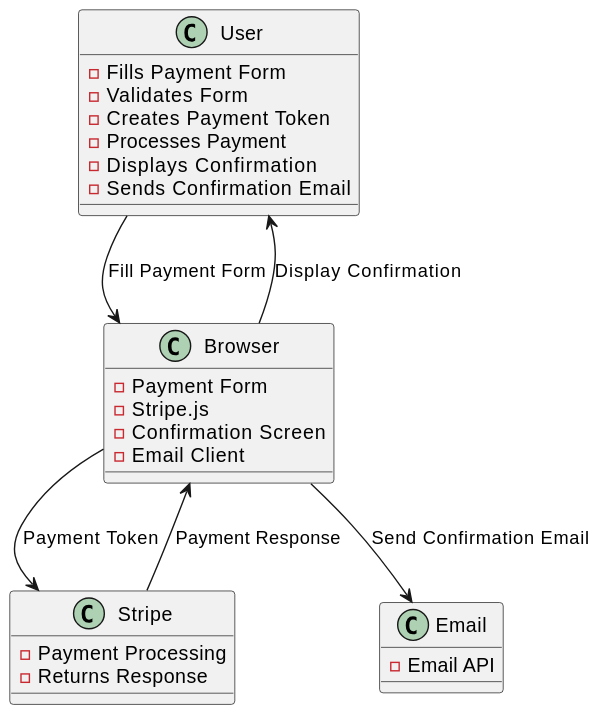
Earlier version of the PlantUML export docs/browser-data-flow.svg (PaulWheatcroft/payment).
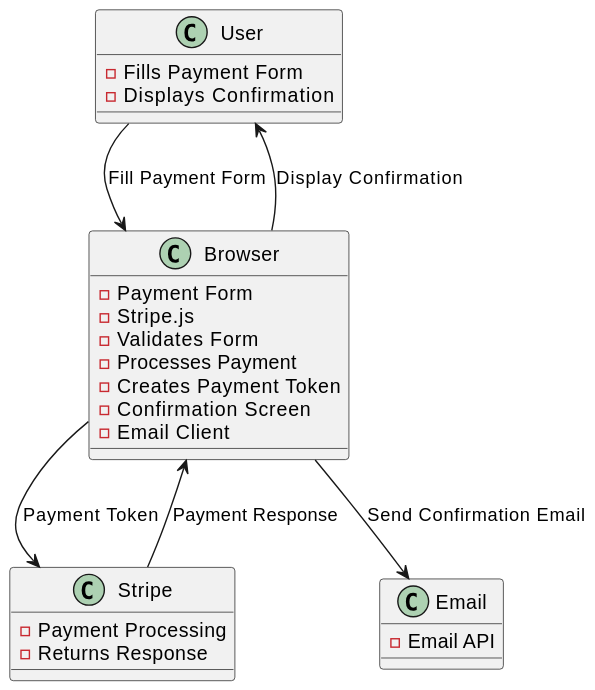
After the commit.

What changed in the source:
```diff
@@ -3,16 +3,15 @@
 
 RECTANGLE User {
   - Fills Payment Form
-  - Validates Form
-  - Creates Payment Token
-  - Processes Payment
   - Displays Confirmation
-  - Sends Confirmation Email
 }
 
 RECTANGLE Browser {
   - Payment Form
   - Stripe.js
+  - Validates Form
+  - Processes Payment
+  - Creates Payment Token
   - Confirmation Screen
   - Email Client
 }
```
